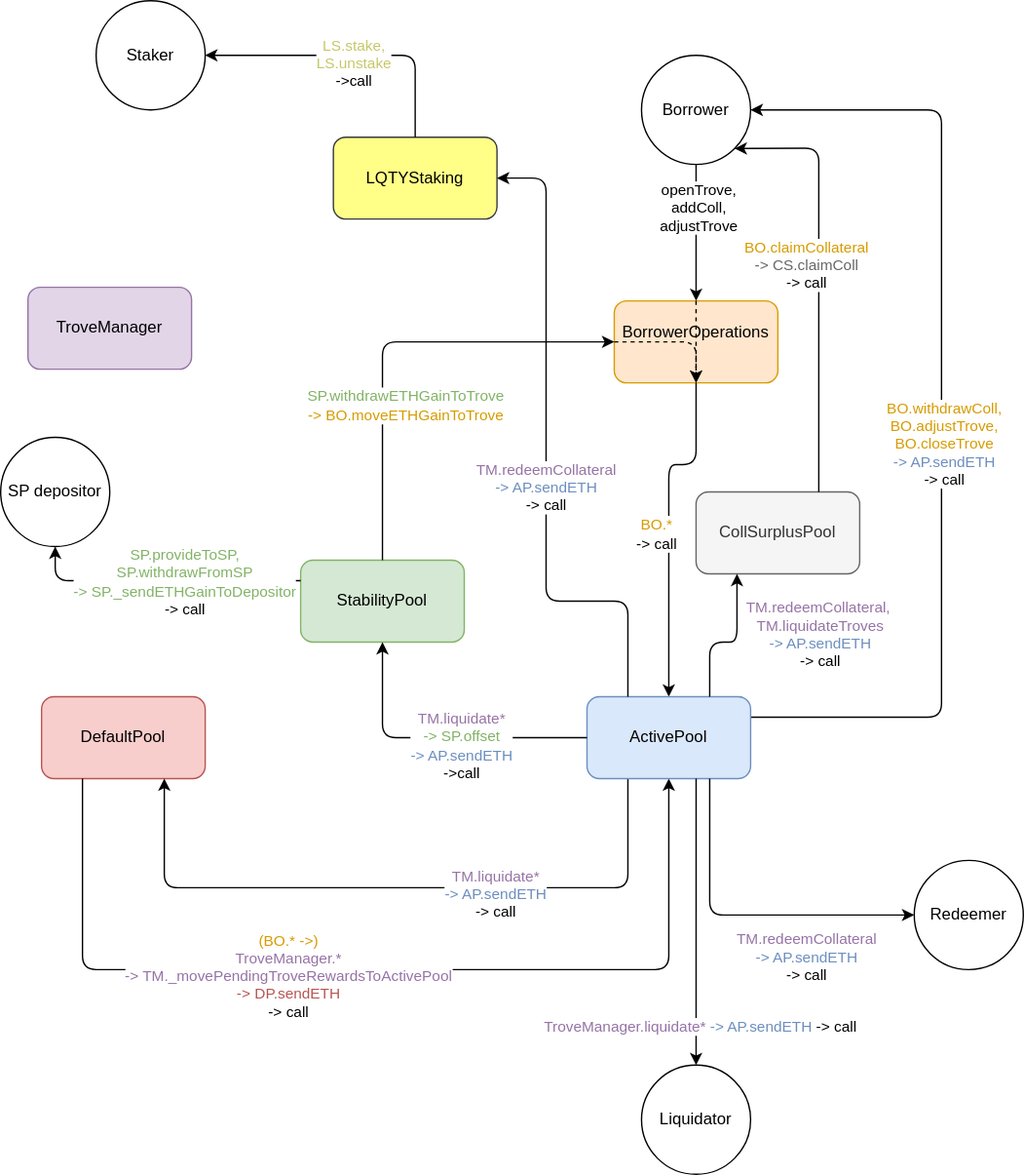
liquity/beta keeps this draw.io diagram as images/ETH_flows.svg. Above is the earlier version. Source tidied: cells renumbered, new cells last; positions are measured from the earlier drawing's top-left corner, leaving out a move shared by most shapes. Its diagram source:
```xml
<mxGraphModel>
  <root>
    <mxCell id="0" />
    <mxCell id="1" parent="0" />
    <mxCell id="2" value="&lt;div&gt;TroveManager&lt;/div&gt;" style="rounded=1;whiteSpace=wrap;html=1;fillColor=#e1d5e7;strokeColor=#9673a6;" parent="1" vertex="1">
      <mxGeometry x="20" y="210" width="120" height="60" as="geometry" />
    </mxCell>
    <mxCell id="3" value="DefaultPool" style="rounded=1;whiteSpace=wrap;html=1;fillColor=#f8cecc;strokeColor=#b85450;" parent="1" vertex="1">
      <mxGeometry x="30" y="510" width="120" height="60" as="geometry" />
    </mxCell>
    <mxCell id="4" value="StabilityPool" style="rounded=1;whiteSpace=wrap;html=1;fillColor=#d5e8d4;strokeColor=#82b366;" parent="1" vertex="1">
      <mxGeometry x="220" y="410" width="120" height="60" as="geometry" />
    </mxCell>
    <mxCell id="5" value="&lt;div&gt;BorrowerOperations&lt;/div&gt;&lt;div&gt;&lt;br&gt;&lt;/div&gt;" style="rounded=1;whiteSpace=wrap;html=1;fillColor=#ffe6cc;strokeColor=#d79b00;" parent="1" vertex="1">
      <mxGeometry x="450" y="220" width="120" height="60" as="geometry" />
    </mxCell>
    <mxCell id="6" style="endArrow=classic;html=1;entryX=0.5;entryY=0;entryDx=0;entryDy=0;exitX=0.5;exitY=1;exitDx=0;exitDy=0;" parent="1" edge="1" source="5" target="20">
      <mxGeometry relative="1" as="geometry">
        <Array as="points">
          <mxPoint x="510" y="340" />
          <mxPoint x="490" y="340" />
        </Array>
      </mxGeometry>
    </mxCell>
    <mxCell id="7" value="&lt;div&gt;&lt;font color=&quot;#D79B00&quot;&gt;BO.*&lt;/font&gt;&lt;br&gt;&lt;/div&gt;&lt;div&gt;-&amp;gt; call&lt;/div&gt;" style="edgeLabel;html=1;align=center;verticalAlign=middle;" parent="6" vertex="1">
      <mxGeometry x="-0.3" y="-3" relative="1" as="geometry">
        <mxPoint x="-7" y="42" as="offset" />
      </mxGeometry>
    </mxCell>
    <mxCell id="8" style="endArrow=classic;html=1;exitX=0.5;exitY=0;exitDx=0;exitDy=0;entryX=0;entryY=0.5;entryDx=0;entryDy=0;" parent="1" edge="1" source="4" target="5">
      <mxGeometry relative="1" as="geometry">
        <Array as="points">
          <mxPoint x="280" y="250" />
        </Array>
      </mxGeometry>
    </mxCell>
    <mxCell id="9" value="&lt;font color=&quot;#82B366&quot;&gt;SP.&lt;/font&gt;&lt;font color=&quot;#82B366&quot;&gt;withdrawETHGainToTrove&lt;/font&gt;&lt;div&gt;&lt;font color=&quot;#D79B00&quot;&gt;-&amp;gt; BO.moveETHGainToTrove&lt;/font&gt;&lt;br&gt;&lt;/div&gt;" style="edgeLabel;html=1;align=center;verticalAlign=middle;" parent="8" vertex="1">
      <mxGeometry x="-0.38" y="-2" relative="1" as="geometry">
        <mxPoint x="14" y="-12" as="offset" />
      </mxGeometry>
    </mxCell>
    <mxCell id="10" value="Borrower" style="ellipse;whiteSpace=wrap;html=1;" parent="1" vertex="1">
      <mxGeometry x="470" y="40" width="80" height="80" as="geometry" />
    </mxCell>
    <mxCell id="11" style="endArrow=classic;html=1;exitX=0.5;exitY=1;exitDx=0;exitDy=0;" parent="1" edge="1" source="10" target="5">
      <mxGeometry relative="1" as="geometry" />
    </mxCell>
    <mxCell id="12" value="&lt;div&gt;openTrove,&lt;/div&gt;&lt;div&gt;addColl,&lt;/div&gt;&lt;div&gt;adjustTrove&lt;br&gt;&lt;/div&gt;" style="edgeLabel;html=1;align=center;verticalAlign=middle;" parent="11" vertex="1">
      <mxGeometry x="-0.42" y="-2" relative="1" as="geometry">
        <mxPoint x="3" y="2" as="offset" />
      </mxGeometry>
    </mxCell>
    <mxCell id="13" style="endArrow=classic;html=1;exitX=1;exitY=0.25;exitDx=0;exitDy=0;entryX=1;entryY=0.5;entryDx=0;entryDy=0;" parent="1" edge="1" source="20" target="10">
      <mxGeometry relative="1" as="geometry">
        <Array as="points">
          <mxPoint x="690" y="525" />
          <mxPoint x="690" y="80" />
        </Array>
      </mxGeometry>
    </mxCell>
    <mxCell id="14" value="&lt;div&gt;&lt;font color=&quot;#D79B00&quot;&gt;BO.withdrawColl,&lt;/font&gt;&lt;/div&gt;&lt;div&gt;&lt;font color=&quot;#D79B00&quot;&gt;BO.adjustTrove,&lt;br&gt;BO.closeTrove&lt;/font&gt;&lt;br&gt;&lt;font color=&quot;#6C8EBF&quot;&gt;-&amp;gt; AP.sendETH&lt;/font&gt;&lt;/div&gt;&lt;div&gt;-&amp;gt; call&lt;br&gt;&lt;/div&gt;" style="edgeLabel;html=1;align=center;verticalAlign=middle;" parent="13" vertex="1">
      <mxGeometry x="-0.24" y="-1" relative="1" as="geometry">
        <mxPoint y="-64" as="offset" />
      </mxGeometry>
    </mxCell>
    <mxCell id="15" style="endArrow=classic;html=1;exitX=0.25;exitY=1;exitDx=0;exitDy=0;entryX=0.75;entryY=1;entryDx=0;entryDy=0;" parent="1" edge="1" source="20" target="3">
      <mxGeometry relative="1" as="geometry">
        <Array as="points">
          <mxPoint x="460" y="650" />
          <mxPoint x="120" y="650" />
        </Array>
      </mxGeometry>
    </mxCell>
    <mxCell id="16" value="&lt;div&gt;&lt;font color=&quot;#9673A6&quot;&gt;TM.liquidate*&lt;/font&gt;&lt;/div&gt;&lt;div&gt;&lt;font color=&quot;#6C8EBF&quot;&gt;-&amp;gt; AP.sendETH&lt;/font&gt;&lt;/div&gt;&lt;div&gt;-&amp;gt; call&lt;br&gt;&lt;/div&gt;" style="edgeLabel;html=1;align=center;verticalAlign=middle;" parent="15" vertex="1">
      <mxGeometry x="-0.29" y="4" relative="1" as="geometry" />
    </mxCell>
    <mxCell id="17" style="endArrow=classic;html=1;entryX=0.5;entryY=1;entryDx=0;entryDy=0;exitX=0.25;exitY=1;exitDx=0;exitDy=0;" parent="1" edge="1" source="3" target="20">
      <mxGeometry relative="1" as="geometry">
        <Array as="points">
          <mxPoint x="60" y="710" />
          <mxPoint x="490" y="710" />
        </Array>
      </mxGeometry>
    </mxCell>
    <mxCell id="18" value="&lt;div&gt;&lt;font color=&quot;#9673A6&quot;&gt;&lt;font color=&quot;#D79B00&quot;&gt;(BO.* -&amp;gt;)&lt;/font&gt;&lt;br&gt;TroveManager.*&lt;br&gt;-&amp;gt; TM._movePendingTroveRewardsToActivePool&lt;br&gt;&lt;/font&gt;&lt;/div&gt;&lt;div&gt;&lt;font color=&quot;#B85450&quot;&gt;-&amp;gt; DP.sendETH&lt;/font&gt;&lt;/div&gt;&lt;div&gt;-&amp;gt; call&lt;br&gt;&lt;/div&gt;" style="edgeLabel;html=1;align=center;verticalAlign=middle;" parent="17" vertex="1">
      <mxGeometry x="-0.62" y="71" relative="1" as="geometry">
        <mxPoint x="79" y="11" as="offset" />
      </mxGeometry>
    </mxCell>
    <mxCell id="19" value="Redeemer" style="ellipse;whiteSpace=wrap;html=1;" parent="1" vertex="1">
      <mxGeometry x="670" y="630" width="80" height="80" as="geometry" />
    </mxCell>
    <mxCell id="20" value="ActivePool" style="rounded=1;whiteSpace=wrap;html=1;fillColor=#dae8fc;strokeColor=#6c8ebf;" parent="1" vertex="1">
      <mxGeometry x="430" y="510" width="120" height="60" as="geometry" />
    </mxCell>
    <mxCell id="21" value="Liquidator" style="ellipse;whiteSpace=wrap;html=1;" parent="1" vertex="1">
      <mxGeometry x="470" y="780" width="80" height="80" as="geometry" />
    </mxCell>
    <mxCell id="22" style="endArrow=classic;html=1;exitX=0.75;exitY=1;exitDx=0;exitDy=0;entryX=0;entryY=0.5;entryDx=0;entryDy=0;" parent="1" edge="1" source="20" target="19">
      <mxGeometry relative="1" as="geometry">
        <Array as="points">
          <mxPoint x="520" y="670" />
        </Array>
      </mxGeometry>
    </mxCell>
    <mxCell id="23" value="&lt;div&gt;&lt;font color=&quot;#9673A6&quot;&gt;TM.redeemCollateral&lt;/font&gt;&lt;/div&gt;&lt;div&gt;&lt;font color=&quot;#6C8EBF&quot;&gt;-&amp;gt; AP.sendETH&lt;/font&gt;&lt;/div&gt;&lt;div&gt;-&amp;gt; call&lt;br&gt;&lt;/div&gt;" style="edgeLabel;html=1;align=center;verticalAlign=middle;" parent="22" vertex="1">
      <mxGeometry x="-0.35" y="4" relative="1" as="geometry">
        <mxPoint x="66" y="49" as="offset" />
      </mxGeometry>
    </mxCell>
    <mxCell id="24" value="SP depositor" style="ellipse;whiteSpace=wrap;html=1;" parent="1" vertex="1">
      <mxGeometry y="320" width="80" height="80" as="geometry" />
    </mxCell>
    <mxCell id="25" style="endArrow=classic;html=1;exitX=0;exitY=0.25;exitDx=0;exitDy=0;entryX=0.5;entryY=1;entryDx=0;entryDy=0;" parent="1" edge="1" source="4" target="24">
      <mxGeometry relative="1" as="geometry">
        <Array as="points">
          <mxPoint x="40" y="425" />
        </Array>
      </mxGeometry>
    </mxCell>
    <mxCell id="26" value="&lt;font color=&quot;#666666&quot;&gt;&lt;font color=&quot;#82B366&quot;&gt;SP.provideToSP,&lt;/font&gt;&lt;br&gt;&lt;/font&gt;&lt;div&gt;&lt;font color=&quot;#82B366&quot;&gt;SP.withdrawFromSP&lt;/font&gt;&lt;/div&gt;&lt;div&gt;&lt;font color=&quot;#82B366&quot;&gt;-&amp;gt; SP._sendETHGainToDepositor&lt;br&gt;&lt;/font&gt;&lt;/div&gt;&lt;div&gt;-&amp;gt; call&lt;br&gt;&lt;/div&gt;" style="edgeLabel;html=1;align=center;verticalAlign=middle;" parent="25" vertex="1">
      <mxGeometry x="0.26" relative="1" as="geometry">
        <mxPoint x="43" as="offset" />
      </mxGeometry>
    </mxCell>
    <mxCell id="27" style="endArrow=classic;html=1;entryX=0.5;entryY=1;entryDx=0;entryDy=0;exitX=0;exitY=0.5;exitDx=0;exitDy=0;" parent="1" edge="1" source="20" target="4">
      <mxGeometry relative="1" as="geometry">
        <Array as="points">
          <mxPoint x="280" y="540" />
        </Array>
      </mxGeometry>
    </mxCell>
    <mxCell id="28" value="&lt;div&gt;&lt;font color=&quot;#9673A6&quot;&gt;TM.liquidate*&lt;/font&gt;&lt;/div&gt;&lt;div&gt;&lt;font color=&quot;#82B366&quot;&gt;-&amp;gt; SP.offset&lt;/font&gt;&lt;/div&gt;&lt;div&gt;&lt;font color=&quot;#6C8EBF&quot;&gt;-&amp;gt; AP.sendETH&lt;/font&gt;&lt;/div&gt;&lt;div&gt;-&amp;gt;call&lt;br&gt;&lt;/div&gt;" style="edgeLabel;html=1;align=center;verticalAlign=middle;" parent="27" vertex="1">
      <mxGeometry x="0.33" y="-1" relative="1" as="geometry">
        <mxPoint x="53" y="6" as="offset" />
      </mxGeometry>
    </mxCell>
    <mxCell id="29" style="endArrow=classic;html=1;exitX=0.667;exitY=1;exitDx=0;exitDy=0;exitPerimeter=0;entryX=0.5;entryY=0;entryDx=0;entryDy=0;" parent="1" edge="1" source="20" target="21">
      <mxGeometry relative="1" as="geometry" />
    </mxCell>
    <mxCell id="30" value="&lt;font color=&quot;#9673A6&quot;&gt;TroveManager.liquidate*&lt;/font&gt; &lt;font color=&quot;#6C8EBF&quot;&gt;-&amp;gt; AP.sendETH&lt;/font&gt; -&amp;gt; call" style="edgeLabel;html=1;align=center;verticalAlign=middle;" parent="29" vertex="1">
      <mxGeometry x="0.72" y="2" relative="1" as="geometry" />
    </mxCell>
    <mxCell id="31" value="CollSurplusPool" style="rounded=1;whiteSpace=wrap;html=1;fillColor=#f5f5f5;strokeColor=#666666;fontColor=#333333;" parent="1" vertex="1">
      <mxGeometry x="510" y="360" width="120" height="60" as="geometry" />
    </mxCell>
    <mxCell id="32" style="endArrow=classic;html=1;exitX=0.75;exitY=0;exitDx=0;exitDy=0;entryX=1;entryY=1;entryDx=0;entryDy=0;" parent="1" edge="1" source="31" target="10">
      <mxGeometry relative="1" as="geometry">
        <Array as="points">
          <mxPoint x="600" y="108" />
        </Array>
      </mxGeometry>
    </mxCell>
    <mxCell id="33" value="&lt;font color=&quot;#D79B00&quot;&gt;BO.claimCollateral&lt;/font&gt;&lt;br&gt;&lt;font color=&quot;#666666&quot;&gt;-&amp;gt; CS.claimColl&lt;/font&gt;&lt;br&gt;-&amp;gt; call" style="edgeLabel;html=1;align=center;verticalAlign=middle;" parent="32" vertex="1">
      <mxGeometry x="0.22" y="-4" relative="1" as="geometry">
        <mxPoint x="-14" y="25" as="offset" />
      </mxGeometry>
    </mxCell>
    <mxCell id="34" style="endArrow=classic;html=1;exitX=0.75;exitY=0;exitDx=0;exitDy=0;entryX=0.25;entryY=1;entryDx=0;entryDy=0;" parent="1" edge="1" source="20" target="31">
      <mxGeometry relative="1" as="geometry">
        <Array as="points">
          <mxPoint x="520" y="470" />
          <mxPoint x="540" y="470" />
        </Array>
      </mxGeometry>
    </mxCell>
    <mxCell id="35" value="&lt;div&gt;&lt;font color=&quot;#9673A6&quot;&gt;TM.redeemCollateral,&amp;nbsp;&lt;br&gt;&lt;/font&gt;&lt;span style=&quot;color: rgb(150 , 115 , 166)&quot;&gt;TM.liquidateTroves&lt;/span&gt;&lt;/div&gt;&lt;div&gt;&lt;div&gt;&lt;font color=&quot;#6C8EBF&quot;&gt;-&amp;gt; AP.sendETH&lt;/font&gt;&lt;/div&gt;&lt;div&gt;-&amp;gt; call&lt;br&gt;&lt;/div&gt;&lt;/div&gt;&lt;div&gt;&lt;div&gt;&lt;br&gt;&lt;/div&gt;&lt;/div&gt;" style="edgeLabel;html=1;align=center;verticalAlign=middle;" parent="34" vertex="1">
      <mxGeometry x="0.4" y="3" relative="1" as="geometry">
        <mxPoint x="63" y="17" as="offset" />
      </mxGeometry>
    </mxCell>
    <mxCell id="36" style="endArrow=classic;html=1;exitX=0.5;exitY=0;exitDx=0;exitDy=0;dashed=1;" parent="1" edge="1" source="5">
      <mxGeometry relative="1" as="geometry">
        <mxPoint x="510" y="280" as="targetPoint" />
      </mxGeometry>
    </mxCell>
    <mxCell id="37" style="endArrow=classic;html=1;dashed=1;entryX=0.5;entryY=1;entryDx=0;entryDy=0;exitX=0;exitY=0.5;exitDx=0;exitDy=0;" parent="1" edge="1" source="5" target="5">
      <mxGeometry relative="1" as="geometry">
        <Array as="points">
          <mxPoint x="510" y="250" />
        </Array>
      </mxGeometry>
    </mxCell>
    <mxCell id="38" value="Staker" style="ellipse;whiteSpace=wrap;html=1;" parent="1" vertex="1">
      <mxGeometry x="70" width="80" height="80" as="geometry" />
    </mxCell>
    <mxCell id="39" value="LQTYStaking" style="rounded=1;whiteSpace=wrap;html=1;fillColor=#ffff88;strokeColor=#36393d;" parent="1" vertex="1">
      <mxGeometry x="244" y="100" width="120" height="60" as="geometry" />
    </mxCell>
    <mxCell id="40" style="endArrow=classic;html=1;exitX=0.25;exitY=0;exitDx=0;exitDy=0;entryX=1;entryY=0.5;entryDx=0;entryDy=0;" parent="1" edge="1" source="20" target="39">
      <mxGeometry relative="1" as="geometry">
        <Array as="points">
          <mxPoint x="460" y="440" />
          <mxPoint x="400" y="440" />
          <mxPoint x="400" y="130" />
        </Array>
      </mxGeometry>
    </mxCell>
    <mxCell id="41" value="&lt;div&gt;&lt;font color=&quot;#9673A6&quot;&gt;TM.redeemCollateral&lt;/font&gt;&lt;/div&gt;&lt;div&gt;&lt;font color=&quot;#6C8EBF&quot;&gt;-&amp;gt; AP.sendETH&lt;/font&gt;&lt;/div&gt;&lt;div&gt;-&amp;gt; call&lt;br&gt;&lt;/div&gt;" style="edgeLabel;html=1;align=center;verticalAlign=middle;" parent="40" vertex="1">
      <mxGeometry x="-0.1" y="1" relative="1" as="geometry" />
    </mxCell>
    <mxCell id="42" style="endArrow=classic;html=1;exitX=0.5;exitY=0;exitDx=0;exitDy=0;entryX=1;entryY=0.5;entryDx=0;entryDy=0;" parent="1" edge="1" source="39" target="38">
      <mxGeometry relative="1" as="geometry">
        <Array as="points">
          <mxPoint x="304" y="40" />
        </Array>
      </mxGeometry>
    </mxCell>
    <mxCell id="43" value="&lt;font color=&quot;#C7C76A&quot;&gt;LS.stake,&lt;br&gt;LS.unstake&lt;/font&gt;&lt;br&gt;-&amp;gt;call" style="edgeLabel;html=1;align=center;verticalAlign=middle;" parent="42" vertex="1">
      <mxGeometry x="-0.01" y="5" relative="1" as="geometry" />
    </mxCell>
  </root>
</mxGraphModel>
```
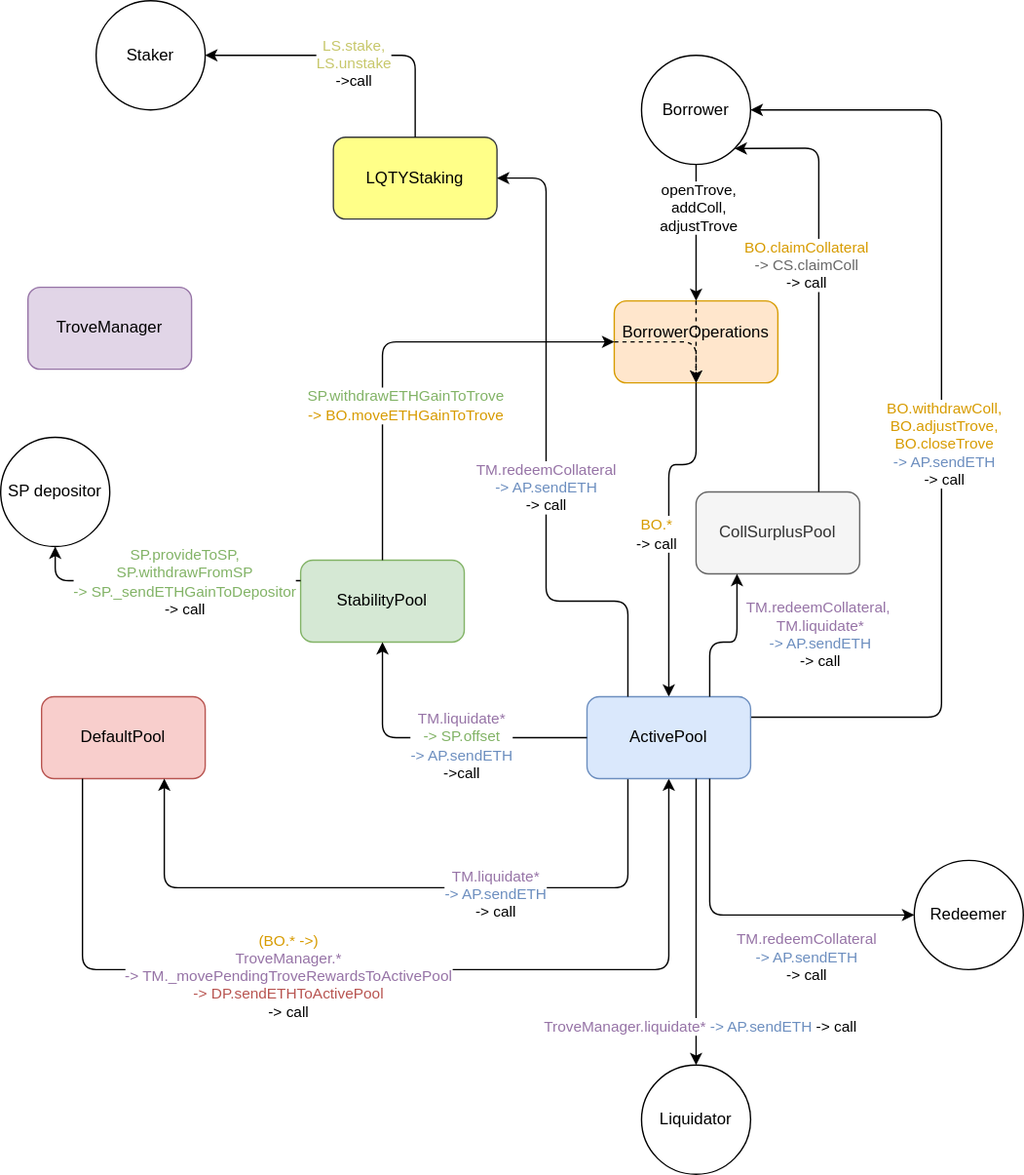
Later version of the same file.

Commit message:
Update ETH flows image

Change to the diagram source:
```diff
@@ -82,7 +82,7 @@
         </Array>
       </mxGeometry>
     </mxCell>
-    <mxCell id="18" value="&lt;div&gt;&lt;font color=&quot;#9673A6&quot;&gt;&lt;font color=&quot;#D79B00&quot;&gt;(BO.* -&amp;gt;)&lt;/font&gt;&lt;br&gt;TroveManager.*&lt;br&gt;-&amp;gt; TM._movePendingTroveRewardsToActivePool&lt;br&gt;&lt;/font&gt;&lt;/div&gt;&lt;div&gt;&lt;font color=&quot;#B85450&quot;&gt;-&amp;gt; DP.sendETH&lt;/font&gt;&lt;/div&gt;&lt;div&gt;-&amp;gt; call&lt;br&gt;&lt;/div&gt;" style="edgeLabel;html=1;align=center;verticalAlign=middle;" parent="17" vertex="1">
+    <mxCell id="18" value="&lt;div&gt;&lt;font color=&quot;#9673A6&quot;&gt;&lt;font color=&quot;#D79B00&quot;&gt;(BO.* -&amp;gt;)&lt;/font&gt;&lt;br&gt;TroveManager.*&lt;br&gt;-&amp;gt; TM._movePendingTroveRewardsToActivePool&lt;br&gt;&lt;/font&gt;&lt;/div&gt;&lt;div&gt;&lt;font color=&quot;#B85450&quot;&gt;-&amp;gt; DP.sendETHToActivePool&lt;/font&gt;&lt;/div&gt;&lt;div&gt;-&amp;gt; call&lt;br&gt;&lt;/div&gt;" style="edgeLabel;html=1;align=center;verticalAlign=middle;" parent="17" vertex="1">
       <mxGeometry x="-0.62" y="71" relative="1" as="geometry">
         <mxPoint x="79" y="11" as="offset" />
       </mxGeometry>
@@ -164,7 +164,7 @@
         </Array>
       </mxGeometry>
     </mxCell>
-    <mxCell id="35" value="&lt;div&gt;&lt;font color=&quot;#9673A6&quot;&gt;TM.redeemCollateral,&amp;nbsp;&lt;br&gt;&lt;/font&gt;&lt;span style=&quot;color: rgb(150 , 115 , 166)&quot;&gt;TM.liquidateTroves&lt;/span&gt;&lt;/div&gt;&lt;div&gt;&lt;div&gt;&lt;font color=&quot;#6C8EBF&quot;&gt;-&amp;gt; AP.sendETH&lt;/font&gt;&lt;/div&gt;&lt;div&gt;-&amp;gt; call&lt;br&gt;&lt;/div&gt;&lt;/div&gt;&lt;div&gt;&lt;div&gt;&lt;br&gt;&lt;/div&gt;&lt;/div&gt;" style="edgeLabel;html=1;align=center;verticalAlign=middle;" parent="34" vertex="1">
+    <mxCell id="35" value="&lt;div&gt;&lt;font color=&quot;#9673A6&quot;&gt;TM.redeemCollateral,&amp;nbsp;&lt;br&gt;&lt;/font&gt;&lt;span style=&quot;color: rgb(150 , 115 , 166)&quot;&gt;TM.liquidate*&lt;/span&gt;&lt;/div&gt;&lt;div&gt;&lt;div&gt;&lt;font color=&quot;#6C8EBF&quot;&gt;-&amp;gt; AP.sendETH&lt;/font&gt;&lt;/div&gt;&lt;div&gt;-&amp;gt; call&lt;br&gt;&lt;/div&gt;&lt;/div&gt;&lt;div&gt;&lt;div&gt;&lt;br&gt;&lt;/div&gt;&lt;/div&gt;" style="edgeLabel;html=1;align=center;verticalAlign=middle;" parent="34" vertex="1">
       <mxGeometry x="0.4" y="3" relative="1" as="geometry">
         <mxPoint x="63" y="17" as="offset" />
       </mxGeometry>
```
